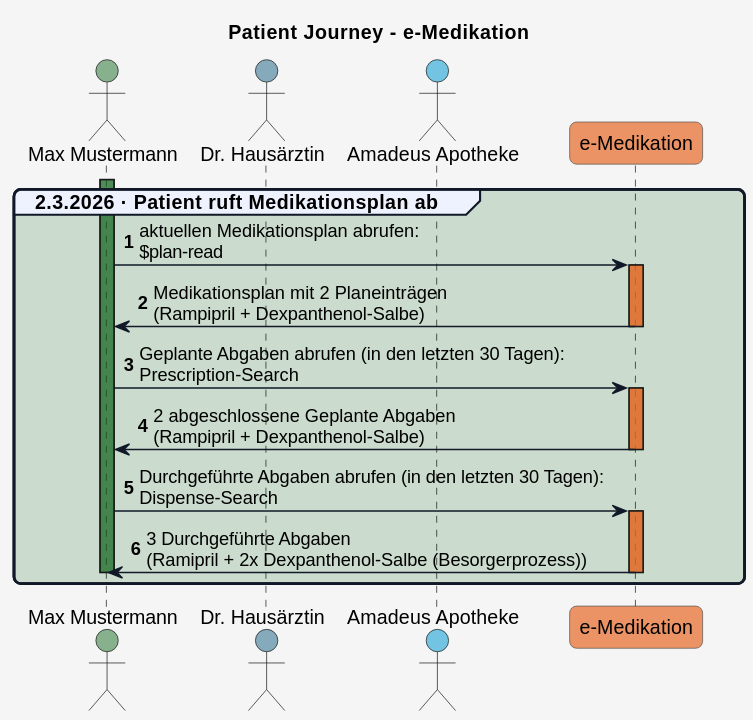
The PlantUML diagram r4-ELGA-e-Medikation-main/plantuml/patient_journey_04.svg in HL7Austria/hl7austria.github.io, before a commit.
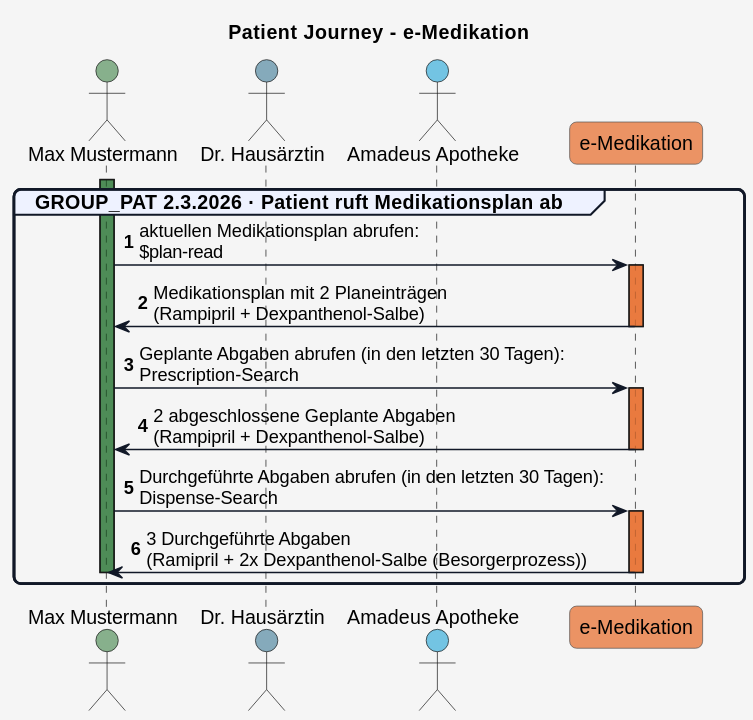
After the change.

What changed in the source:
```diff
@@ -55,10 +55,6 @@
 actor Apotheke as "Amadeus Apotheke" COLOR_APO
 participant eMed_FA as "e-Medikation" COLOR_EMED_FA
 
-!define GROUP_ARZT          #96607D30
-!define GROUP_APO           #0F9ED530
-!define GROUP_KH           #beaf3c30
-!define GROUP_PAT           #196B2430
 
 autonumber
 
```
